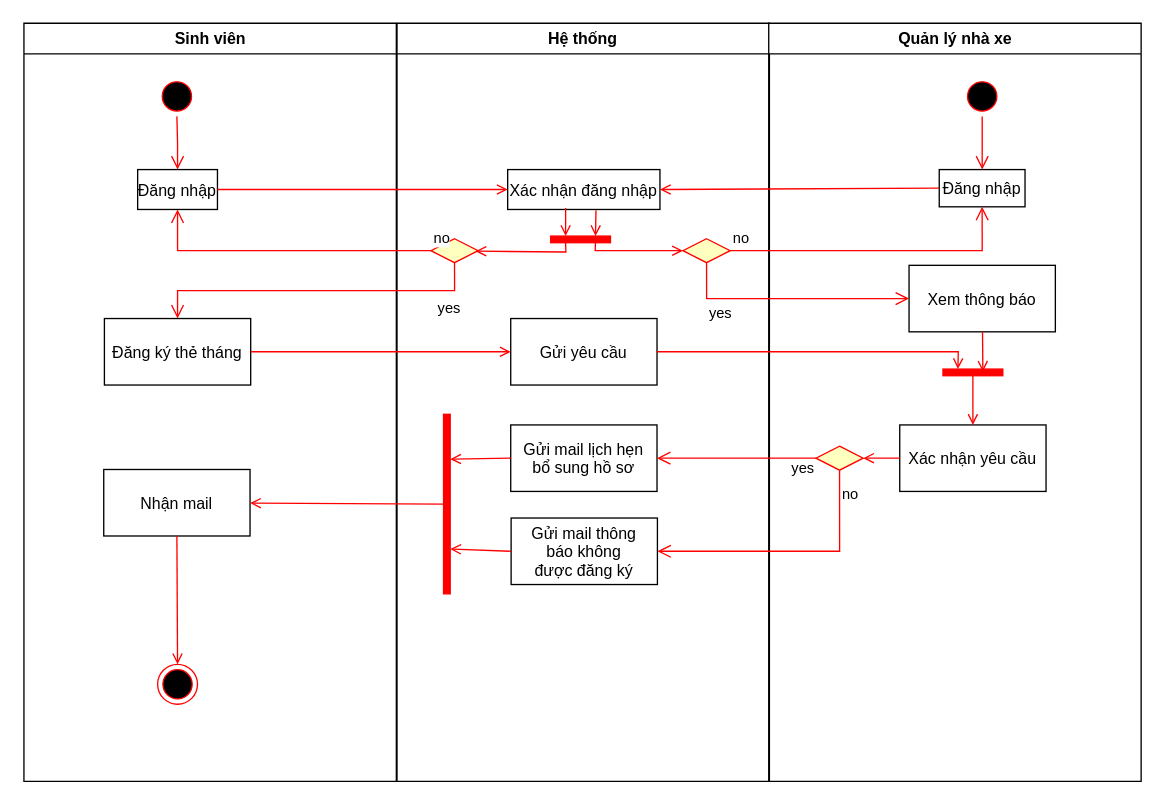
This is Untitled Diagram.drawio from Taneshi94/NMCNPM, a draw.io file, before an edit. Source tidied: cells renumbered, new cells numbered last; positions are measured from the earlier drawing's top-left corner, leaving out a move shared by most shapes. Both pictures are drawn from the tidied source at 133%, with x=0, y=0 at pixel (23, 23).
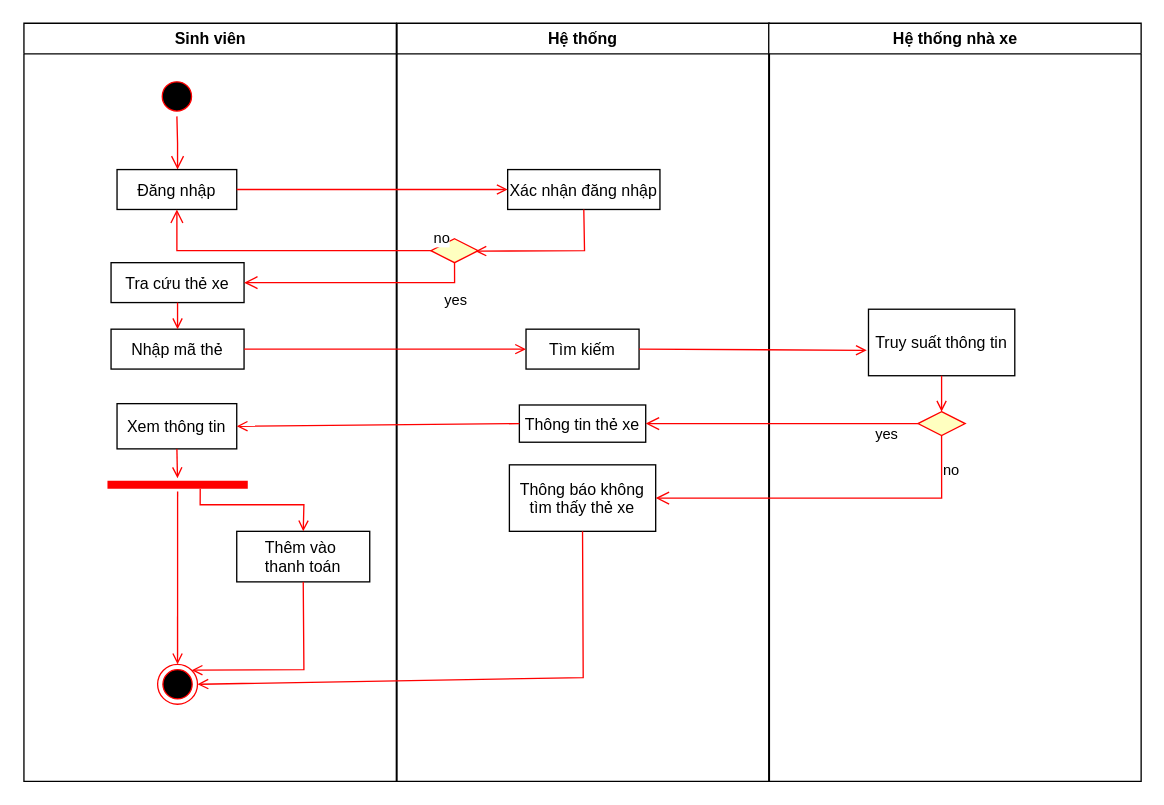
Above is the later version.

Commit message:
diagram tra cứu thẻ xe của sinh viên.drawio

The change refers to these unchanged cells:
```xml
<mxCell id="2" value="Sinh viên" style="swimlane;whiteSpace=wrap;" parent="1" vertex="1">
  <mxGeometry x="0.5" width="280" height="570" as="geometry" />
</mxCell>
<mxCell id="7" style="ellipse;shape=endState;fillColor=#000000;strokeColor=#ff0000;" parent="2" vertex="1">
  <mxGeometry x="100.5" y="482" width="30" height="30" as="geometry" />
</mxCell>
<mxCell id="9" value="Hệ thống" style="swimlane;whiteSpace=wrap;" parent="1" vertex="1">
  <mxGeometry x="281" width="280" height="570" as="geometry" />
</mxCell>
<mxCell id="10" value="Xác nhận đăng nhập" parent="9" vertex="1">
  <mxGeometry x="83.2" y="110" width="114.5" height="30" as="geometry" />
</mxCell>
<mxCell id="16" style="rhombus;whiteSpace=wrap;html=1;fontColor=#000000;fillColor=#ffffc0;strokeColor=#ff0000;" parent="9" vertex="1">
  <mxGeometry x="25.5" y="162" width="35.5" height="18" as="geometry" />
</mxCell>
```

Change to the diagram source:
```diff
@@
     <mxCell id="5" value="Đăng nhập" parent="2" vertex="1">
-      <mxGeometry x="85.5" y="110" width="60" height="30" as="geometry" />
+      <mxGeometry x="70" y="110" width="90" height="30" as="geometry" />
     </mxCell>
-    <mxCell id="6" value="Nhận mail" parent="2" vertex="1">
-      <mxGeometry x="60" y="335.5" width="110" height="50" as="geometry" />
+    <mxCell id="6" value="Nhập mã thẻ" parent="2" vertex="1">
+      <mxGeometry x="65.5" y="230" width="100" height="30" as="geometry" />
     </mxCell>
@@
-    <mxCell id="8" style="endArrow=open;strokeColor=#FF0000;endFill=1;rounded=0;exitX=0.5;exitY=1;exitDx=0;exitDy=0;entryX=0.5;entryY=0;entryDx=0;entryDy=0;" parent="2" edge="1" source="6" target="7">
-      <mxGeometry relative="1" as="geometry" />
-    </mxCell>
+    <mxCell id="12" value="Tra cứu thẻ xe" parent="2" vertex="1">
+      <mxGeometry x="65.5" y="180" width="100" height="30" as="geometry" />
+    </mxCell>
+    <mxCell id="15" style="endArrow=open;strokeColor=#FF0000;endFill=1;rounded=0;exitX=0.5;exitY=1;exitDx=0;exitDy=0;entryX=0.5;entryY=0;entryDx=0;entryDy=0;" parent="2" edge="1" source="12" target="6">
+      <mxGeometry relative="1" as="geometry" />
+    </mxCell>
+    <mxCell id="31" value="Xem thông tin" parent="2" vertex="1">
+      <mxGeometry x="70" y="286" width="90" height="34" as="geometry" />
+    </mxCell>
+    <mxCell id="47" style="shape=line;html=1;strokeWidth=6;strokeColor=#ff0000;" parent="2" vertex="1">
+      <mxGeometry x="62.8" y="342" width="105.5" height="10" as="geometry" />
+    </mxCell>
+    <mxCell id="34" style="endArrow=open;strokeColor=#FF0000;endFill=1;rounded=0;exitX=0.5;exitY=1;exitDx=0;exitDy=0;" parent="2" edge="1" source="31" target="47">
+      <mxGeometry relative="1" as="geometry" />
+    </mxCell>
+    <mxCell id="48" value="Thêm vào &#10;thanh toán" parent="2" vertex="1">
+      <mxGeometry x="160" y="382" width="100" height="38" as="geometry" />
+    </mxCell>
+    <mxCell id="49" style="endArrow=open;strokeColor=#FF0000;endFill=1;rounded=0;exitX=0.661;exitY=0.8;exitDx=0;exitDy=0;exitPerimeter=0;entryX=0.5;entryY=0;entryDx=0;entryDy=0;" parent="2" edge="1" source="47" target="48">
+      <mxGeometry relative="1" as="geometry">
+        <Array as="points">
+          <mxPoint x="132.5" y="362" />
+          <mxPoint x="210.5" y="362" />
+        </Array>
+      </mxGeometry>
+    </mxCell>
+    <mxCell id="50" style="endArrow=open;strokeColor=#FF0000;endFill=1;rounded=0;exitX=0.5;exitY=1;exitDx=0;exitDy=0;entryX=1;entryY=0;entryDx=0;entryDy=0;" parent="2" edge="1" source="48" target="7">
+      <mxGeometry relative="1" as="geometry">
+        <Array as="points">
+          <mxPoint x="210.5" y="486" />
+        </Array>
+      </mxGeometry>
+    </mxCell>
+    <mxCell id="51" style="endArrow=open;strokeColor=#FF0000;endFill=1;rounded=0;entryX=0.5;entryY=0;entryDx=0;entryDy=0;" parent="2" edge="1" source="47" target="7">
+      <mxGeometry relative="1" as="geometry" />
+    </mxCell>
@@
-    <mxCell id="11" value="Gửi mail lịch hẹn&#10;bổ sung hồ sơ" parent="9" vertex="1">
-      <mxGeometry x="85.5" y="302" width="110" height="50" as="geometry" />
+    <mxCell id="11" value="Thông tin thẻ xe" parent="9" vertex="1">
+      <mxGeometry x="92" y="287" width="95" height="28" as="geometry" />
     </mxCell>
-    <mxCell id="12" value="Đăng ký thẻ tháng" parent="9" vertex="1">
-      <mxGeometry x="-220" y="222" width="110" height="50" as="geometry" />
-    </mxCell>
-    <mxCell id="13" style="endArrow=open;strokeColor=#FF0000;endFill=1;rounded=0;entryX=0;entryY=0.75;entryDx=0;entryDy=0;exitX=0.381;exitY=0.961;exitDx=0;exitDy=0;exitPerimeter=0;" parent="9" edge="1" source="10" target="19">
-      <mxGeometry relative="1" as="geometry" />
-    </mxCell>
-    <mxCell id="14" value="Gửi yêu cầu" parent="9" vertex="1">
-      <mxGeometry x="85.5" y="222" width="110" height="50" as="geometry" />
+    <mxCell id="14" value="Tìm kiếm" parent="9" vertex="1">
+      <mxGeometry x="97" y="230" width="85" height="30" as="geometry" />
     </mxCell>
-    <mxCell id="15" style="endArrow=open;strokeColor=#FF0000;endFill=1;rounded=0;exitX=1;exitY=0.5;exitDx=0;exitDy=0;entryX=0;entryY=0.5;entryDx=0;entryDy=0;" parent="9" edge="1" source="12" target="14">
-      <mxGeometry relative="1" as="geometry" />
-    </mxCell>
@@
-    <mxCell id="17" style="rhombus;whiteSpace=wrap;html=1;fontColor=#000000;fillColor=#ffffc0;strokeColor=#ff0000;" parent="9" vertex="1">
-      <mxGeometry x="215" y="162" width="35.5" height="18" as="geometry" />
-    </mxCell>
-    <mxCell id="18" style="endArrow=open;strokeColor=#FF0000;endFill=1;rounded=0;entryX=0;entryY=0.25;entryDx=0;entryDy=0;exitX=0.58;exitY=1.022;exitDx=0;exitDy=0;exitPerimeter=0;" parent="9" edge="1" source="10" target="19">
-      <mxGeometry relative="1" as="geometry" />
-    </mxCell>
-    <mxCell id="19" style="whiteSpace=wrap;strokeColor=#FF0000;fillColor=#FF0000;rotation=90;" parent="9" vertex="1">
-      <mxGeometry x="135.5" y="140" width="5" height="45" as="geometry" />
-    </mxCell>
-    <mxCell id="20" style="endArrow=open;strokeColor=#FF0000;endFill=1;rounded=0;entryX=0.944;entryY=0.519;entryDx=0;entryDy=0;exitX=1;exitY=0.75;exitDx=0;exitDy=0;entryPerimeter=0;" parent="9" edge="1" source="19" target="16">
+    <mxCell id="20" style="endArrow=open;strokeColor=#FF0000;endFill=1;rounded=0;entryX=0.944;entryY=0.519;entryDx=0;entryDy=0;exitX=0.5;exitY=1;exitDx=0;exitDy=0;entryPerimeter=0;" parent="9" edge="1" source="10" target="16">
       <mxGeometry relative="1" as="geometry">
         <Array as="points">
-          <mxPoint x="127" y="172" />
+          <mxPoint x="141" y="171" />
         </Array>
       </mxGeometry>
     </mxCell>
-    <mxCell id="21" style="endArrow=open;strokeColor=#FF0000;endFill=1;rounded=0;entryX=0;entryY=0.5;entryDx=0;entryDy=0;exitX=1;exitY=0.25;exitDx=0;exitDy=0;" parent="9" edge="1" source="19" target="17">
-      <mxGeometry relative="1" as="geometry">
-        <Array as="points">
-          <mxPoint x="149" y="171" />
-        </Array>
-      </mxGeometry>
-    </mxCell>
-    <mxCell id="22" value="yes" style="edgeStyle=orthogonalEdgeStyle;html=1;align=left;verticalAlign=top;endArrow=open;endSize=8;strokeColor=#ff0000;rounded=0;exitX=0.5;exitY=1;exitDx=0;exitDy=0;" parent="9" edge="1" source="16" target="12">
-      <mxGeometry x="-0.72" relative="1" as="geometry" />
-    </mxCell>
-    <mxCell id="23" value="Gửi mail thông&#10;báo không&#10;được đăng ký" parent="9" vertex="1">
-      <mxGeometry x="85.8" y="372" width="110" height="50" as="geometry" />
+    <mxCell id="23" value="Thông báo không&#10;tìm thấy thẻ xe" parent="9" vertex="1">
+      <mxGeometry x="84.5" y="332" width="110" height="50" as="geometry" />
     </mxCell>
-    <mxCell id="24" value="Quản lý nhà xe" style="swimlane;whiteSpace=wrap;" parent="1" vertex="1">
+    <mxCell id="24" value="Hệ thống nhà xe" style="swimlane;whiteSpace=wrap;" parent="1" vertex="1">
       <mxGeometry x="560.5" width="280" height="570" as="geometry" />
     </mxCell>
+    <mxCell id="33" style="rhombus;whiteSpace=wrap;html=1;fontColor=#000000;fillColor=#ffffc0;strokeColor=#ff0000;" parent="24" vertex="1">
+      <mxGeometry x="112.2" y="292" width="35.5" height="18" as="geometry" />
+    </mxCell>
-    <mxCell id="25" value="Xem thông báo" parent="24" vertex="1">
-      <mxGeometry x="105.5" y="182" width="110" height="50" as="geometry" />
+    <mxCell id="25" value="Truy suất thông tin" parent="24" vertex="1">
+      <mxGeometry x="75" y="215" width="110" height="50" as="geometry" />
     </mxCell>
-    <mxCell id="26" style="endArrow=open;strokeColor=#FF0000;endFill=1;rounded=0;entryX=0.4;entryY=0.333;entryDx=0;entryDy=0;entryPerimeter=0;" parent="24" edge="1" source="25" target="30">
+    <mxCell id="26" style="endArrow=open;strokeColor=#FF0000;endFill=1;rounded=0;entryX=0.5;entryY=0;entryDx=0;entryDy=0;" parent="24" edge="1" source="25" target="33">
       <mxGeometry relative="1" as="geometry" />
     </mxCell>
-    <mxCell id="27" style="ellipse;shape=startState;fillColor=#000000;strokeColor=#ff0000;" parent="24" vertex="1">
-      <mxGeometry x="145.5" y="40" width="30" height="30" as="geometry" />
-    </mxCell>
-    <mxCell id="28" value="Đăng nhập" parent="24" vertex="1">
-      <mxGeometry x="128.2" y="110" width="64.5" height="28" as="geometry" />
-    </mxCell>
-    <mxCell id="29" style="edgeStyle=elbowEdgeStyle;elbow=horizontal;verticalAlign=bottom;endArrow=open;endSize=8;strokeColor=#FF0000;endFill=1;rounded=0;" parent="24" edge="1" source="27" target="28">
-      <mxGeometry x="-240" y="20" as="geometry" />
-    </mxCell>
-    <mxCell id="30" style="whiteSpace=wrap;strokeColor=#FF0000;fillColor=#FF0000;rotation=90;" parent="24" vertex="1">
-      <mxGeometry x="151" y="240" width="5" height="45" as="geometry" />
-    </mxCell>
-    <mxCell id="31" value="Xác nhận yêu cầu" parent="24" vertex="1">
-      <mxGeometry x="98.5" y="302" width="110" height="50" as="geometry" />
-    </mxCell>
-    <mxCell id="32" style="endArrow=open;strokeColor=#FF0000;endFill=1;rounded=0;entryX=0.5;entryY=0;entryDx=0;entryDy=0;exitX=1;exitY=0.5;exitDx=0;exitDy=0;" parent="24" edge="1" source="30" target="31">
-      <mxGeometry relative="1" as="geometry" />
-    </mxCell>
-    <mxCell id="33" style="rhombus;whiteSpace=wrap;html=1;fontColor=#000000;fillColor=#ffffc0;strokeColor=#ff0000;" parent="24" vertex="1">
-      <mxGeometry x="35.5" y="318" width="35.5" height="18" as="geometry" />
-    </mxCell>
-    <mxCell id="34" style="endArrow=open;strokeColor=#FF0000;endFill=1;rounded=0;entryX=1;entryY=0.5;entryDx=0;entryDy=0;exitX=0;exitY=0.5;exitDx=0;exitDy=0;" parent="24" edge="1" source="31" target="33">
-      <mxGeometry relative="1" as="geometry" />
-    </mxCell>
@@
-    <mxCell id="36" style="endArrow=open;strokeColor=#FF0000;endFill=1;rounded=0;exitX=0;exitY=0.5;exitDx=0;exitDy=0;entryX=1;entryY=0.5;entryDx=0;entryDy=0;" parent="1" edge="1" source="28" target="10">
-      <mxGeometry relative="1" as="geometry" />
-    </mxCell>
-    <mxCell id="37" style="endArrow=open;strokeColor=#FF0000;endFill=1;rounded=0;entryX=0;entryY=0.75;entryDx=0;entryDy=0;" parent="1" edge="1" source="14" target="30">
-      <mxGeometry relative="1" as="geometry">
-        <Array as="points">
-          <mxPoint x="703" y="247" />
-        </Array>
-      </mxGeometry>
+    <mxCell id="37" style="endArrow=open;strokeColor=#FF0000;endFill=1;rounded=0;entryX=-0.012;entryY=0.618;entryDx=0;entryDy=0;entryPerimeter=0;exitX=1;exitY=0.5;exitDx=0;exitDy=0;" parent="1" edge="1" source="14" target="25">
+      <mxGeometry relative="1" as="geometry" />
     </mxCell>
@@
-    <mxCell id="39" value="no" style="edgeStyle=orthogonalEdgeStyle;html=1;align=left;verticalAlign=bottom;endArrow=open;endSize=8;strokeColor=#ff0000;rounded=0;exitX=1;exitY=0.5;exitDx=0;exitDy=0;entryX=0.5;entryY=1;entryDx=0;entryDy=0;" parent="1" edge="1" source="17" target="28">
-      <mxGeometry x="-1" relative="1" as="geometry" />
-    </mxCell>
-    <mxCell id="40" value="yes" style="edgeStyle=orthogonalEdgeStyle;html=1;align=left;verticalAlign=top;endArrow=open;endSize=8;strokeColor=#ff0000;rounded=0;exitX=0.5;exitY=1;exitDx=0;exitDy=0;entryX=0;entryY=0.5;entryDx=0;entryDy=0;" parent="1" edge="1" source="17" target="25">
-      <mxGeometry x="-0.72" relative="1" as="geometry" />
-    </mxCell>
@@
+    <mxCell id="22" value="yes" style="edgeStyle=orthogonalEdgeStyle;html=1;align=left;verticalAlign=top;endArrow=open;endSize=8;strokeColor=#ff0000;rounded=0;exitX=0.5;exitY=1;exitDx=0;exitDy=0;" parent="1" edge="1" source="16" target="12">
+      <mxGeometry x="-0.72" relative="1" as="geometry" />
+    </mxCell>
+    <mxCell id="8" style="endArrow=open;strokeColor=#FF0000;endFill=1;rounded=0;exitX=1;exitY=0.5;exitDx=0;exitDy=0;entryX=0;entryY=0.5;entryDx=0;entryDy=0;" parent="1" edge="1" source="6" target="14">
+      <mxGeometry relative="1" as="geometry" />
+    </mxCell>
-    <mxCell id="43" style="endArrow=open;strokeColor=#FF0000;endFill=1;rounded=0;entryX=0;entryY=0.25;entryDx=0;entryDy=0;exitX=0;exitY=0.5;exitDx=0;exitDy=0;" parent="1" edge="1" source="23" target="44">
-      <mxGeometry relative="1" as="geometry" />
+    <mxCell id="43" style="endArrow=open;strokeColor=#FF0000;endFill=1;rounded=0;exitX=0.5;exitY=1;exitDx=0;exitDy=0;entryX=1;entryY=0.5;entryDx=0;entryDy=0;" parent="1" edge="1" source="23" target="7">
+      <mxGeometry relative="1" as="geometry">
+        <Array as="points">
+          <mxPoint x="421" y="492" />
+        </Array>
+      </mxGeometry>
     </mxCell>
-    <mxCell id="44" style="whiteSpace=wrap;strokeColor=#FF0000;fillColor=#FF0000;rotation=-180;" parent="1" vertex="1">
-      <mxGeometry x="316" y="294" width="5" height="135" as="geometry" />
-    </mxCell>
-    <mxCell id="45" style="endArrow=open;strokeColor=#FF0000;endFill=1;rounded=0;exitX=1;exitY=0.5;exitDx=0;exitDy=0;" parent="1" edge="1" source="44" target="6">
-      <mxGeometry relative="1" as="geometry" />
-    </mxCell>
-    <mxCell id="46" style="endArrow=open;strokeColor=#FF0000;endFill=1;rounded=0;entryX=0;entryY=0.75;entryDx=0;entryDy=0;exitX=0;exitY=0.5;exitDx=0;exitDy=0;" parent="1" edge="1" source="11" target="44">
+    <mxCell id="46" style="endArrow=open;strokeColor=#FF0000;endFill=1;rounded=0;exitX=0;exitY=0.5;exitDx=0;exitDy=0;entryX=1;entryY=0.5;entryDx=0;entryDy=0;" parent="1" edge="1" source="11" target="31">
       <mxGeometry relative="1" as="geometry" />
     </mxCell>
```
